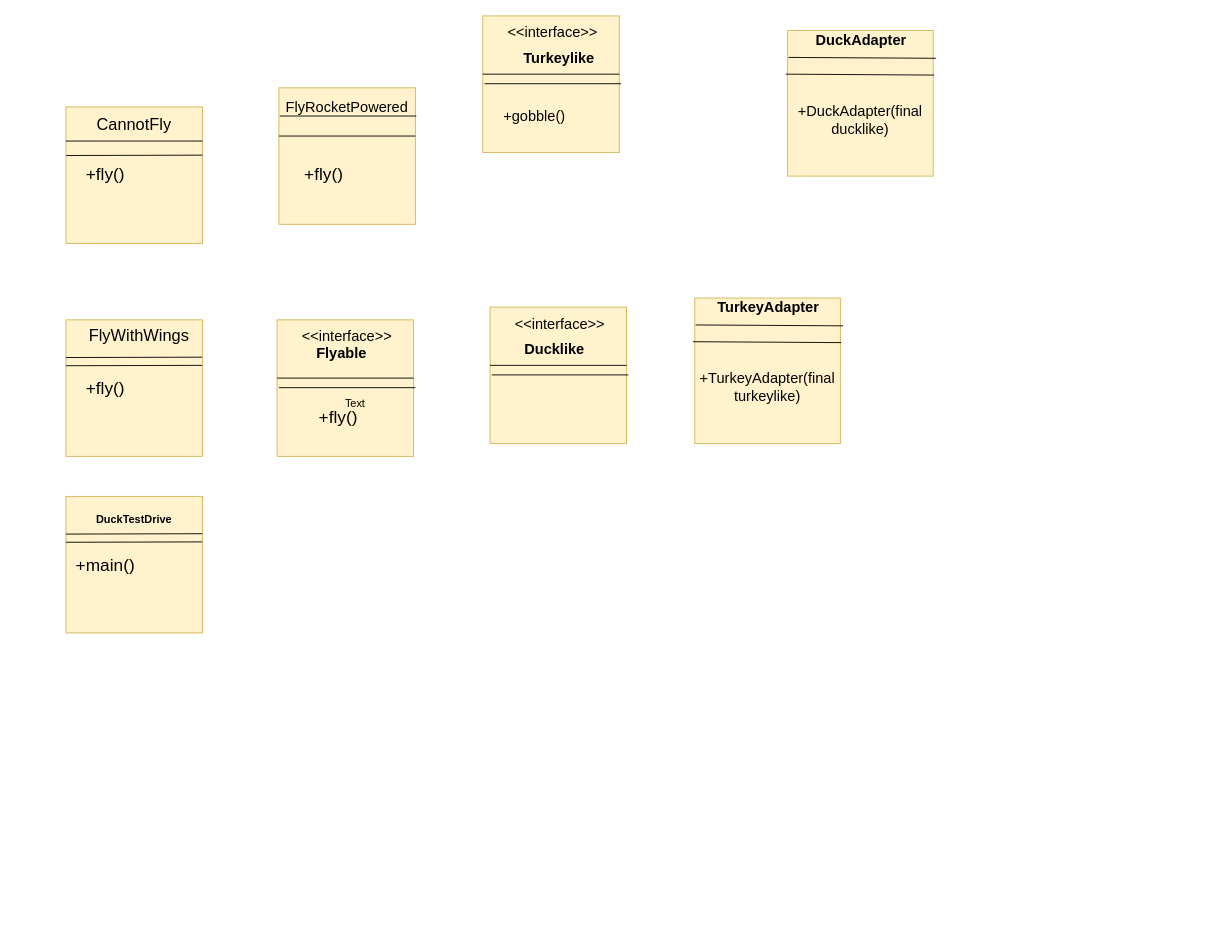
ahrlab/BOX keeps this draw.io diagram as Untitled Diagram.drawio. Above is the earlier version. Source tidied: cells renumbered, new cells numbered last; positions are measured from the earlier drawing's top-left corner, leaving out a move shared by most shapes. Both pictures are drawn from the tidied source at 91%, with x=0, y=0 at pixel (66, 15).
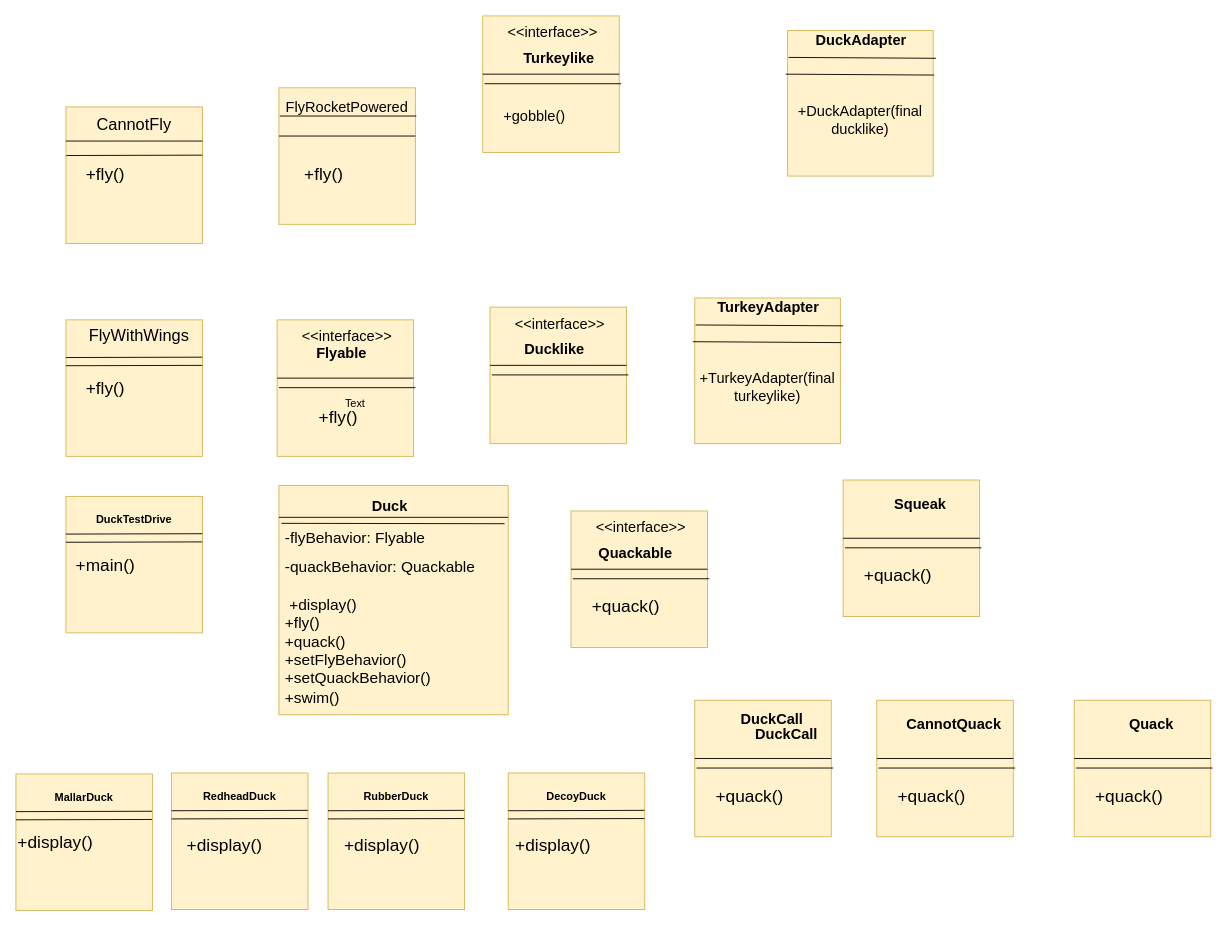
Above is the later version.

The edit, as a diff of the source:
```diff
@@
+    <mxCell id="50" style="whiteSpace=wrap;html=1;fillColor=#fff2cc;strokeColor=#d6b656;" parent="1" vertex="1">
+      <mxGeometry x="555" y="544" width="150" height="150" as="geometry" />
+    </mxCell>
+    <mxCell id="51" style="endArrow=none;html=1;exitX=0;exitY=0.25;exitDx=0;exitDy=0;entryX=1;entryY=0.25;entryDx=0;entryDy=0;" parent="1" edge="1">
+      <mxGeometry relative="1" as="geometry">
+        <mxPoint x="557" y="618.5" as="sourcePoint" />
+        <mxPoint x="707" y="618.5" as="targetPoint" />
+      </mxGeometry>
+    </mxCell>
+    <mxCell id="52" style="endArrow=none;html=1;exitX=0;exitY=0.25;exitDx=0;exitDy=0;entryX=1;entryY=0.25;entryDx=0;entryDy=0;" parent="1" edge="1">
+      <mxGeometry relative="1" as="geometry">
+        <mxPoint x="555" y="608" as="sourcePoint" />
+        <mxPoint x="705" y="608" as="targetPoint" />
+      </mxGeometry>
+    </mxCell>
+    <mxCell id="53" value="&amp;lt;&amp;lt;interface&amp;gt;&amp;gt;" style="text;html=1;strokeColor=none;fillColor=none;align=center;verticalAlign=middle;whiteSpace=wrap;rounded=0;fontSize=16;" parent="1" vertex="1">
+      <mxGeometry x="612" y="544" width="40" height="36" as="geometry" />
+    </mxCell>
+    <mxCell id="54" value="&lt;b&gt;Quackable&lt;br&gt;&lt;/b&gt;" style="text;html=1;strokeColor=none;fillColor=none;align=center;verticalAlign=middle;whiteSpace=wrap;rounded=0;fontSize=16;" parent="1" vertex="1">
+      <mxGeometry x="606" y="580" width="40" height="20" as="geometry" />
+    </mxCell>
+    <mxCell id="55" value="&lt;font style=&quot;font-size: 19px&quot;&gt;+quack()&lt;/font&gt;" style="text;html=1;strokeColor=none;fillColor=none;align=center;verticalAlign=middle;whiteSpace=wrap;rounded=0;spacingLeft=-3;" parent="1" vertex="1">
+      <mxGeometry x="582" y="640" width="70" height="20" as="geometry" />
+    </mxCell>
+    <mxCell id="56" style="whiteSpace=wrap;html=1;fillColor=#fff2cc;strokeColor=#d6b656;" parent="1" vertex="1">
+      <mxGeometry x="854" y="510" width="150" height="150" as="geometry" />
+    </mxCell>
+    <mxCell id="57" style="endArrow=none;html=1;exitX=0;exitY=0.25;exitDx=0;exitDy=0;entryX=1;entryY=0.25;entryDx=0;entryDy=0;" parent="1" edge="1">
+      <mxGeometry relative="1" as="geometry">
+        <mxPoint x="856" y="584.5" as="sourcePoint" />
+        <mxPoint x="1006" y="584.5" as="targetPoint" />
+      </mxGeometry>
+    </mxCell>
+    <mxCell id="58" style="endArrow=none;html=1;exitX=0;exitY=0.25;exitDx=0;exitDy=0;entryX=1;entryY=0.25;entryDx=0;entryDy=0;" parent="1" edge="1">
+      <mxGeometry relative="1" as="geometry">
+        <mxPoint x="854" y="574" as="sourcePoint" />
+        <mxPoint x="1004" y="574" as="targetPoint" />
+      </mxGeometry>
+    </mxCell>
+    <mxCell id="59" style="edgeStyle=orthogonalEdgeStyle;rounded=0;jettySize=auto;html=1;exitX=1;exitY=1;exitDx=0;exitDy=0;entryX=0.648;entryY=0.773;entryDx=0;entryDy=0;entryPerimeter=0;" parent="1" edge="1" source="60" target="56">
+      <mxGeometry relative="1" as="geometry" />
+    </mxCell>
+    <mxCell id="60" value="&lt;font style=&quot;font-size: 19px&quot;&gt;+quack()&lt;/font&gt;" style="text;html=1;strokeColor=none;fillColor=none;align=center;verticalAlign=middle;whiteSpace=wrap;rounded=0;spacingLeft=-3;" parent="1" vertex="1">
+      <mxGeometry x="881" y="606" width="70" height="20" as="geometry" />
+    </mxCell>
+    <mxCell id="61" value="&lt;b&gt;Squeak&lt;br&gt;&lt;/b&gt;" style="text;html=1;strokeColor=none;fillColor=none;align=center;verticalAlign=middle;whiteSpace=wrap;rounded=0;fontSize=16;" parent="1" vertex="1">
+      <mxGeometry x="919" y="526" width="40" height="20" as="geometry" />
+    </mxCell>
+    <mxCell id="62" style="whiteSpace=wrap;html=1;fillColor=#fff2cc;strokeColor=#d6b656;" parent="1" vertex="1">
+      <mxGeometry x="1108" y="752" width="150" height="150" as="geometry" />
+    </mxCell>
+    <mxCell id="63" style="endArrow=none;html=1;exitX=0;exitY=0.25;exitDx=0;exitDy=0;entryX=1;entryY=0.25;entryDx=0;entryDy=0;" parent="1" edge="1">
+      <mxGeometry relative="1" as="geometry">
+        <mxPoint x="1110" y="826.5" as="sourcePoint" />
+        <mxPoint x="1260" y="826.5" as="targetPoint" />
+      </mxGeometry>
+    </mxCell>
+    <mxCell id="64" style="endArrow=none;html=1;exitX=0;exitY=0.25;exitDx=0;exitDy=0;entryX=1;entryY=0.25;entryDx=0;entryDy=0;" parent="1" edge="1">
+      <mxGeometry relative="1" as="geometry">
+        <mxPoint x="1108" y="816" as="sourcePoint" />
+        <mxPoint x="1258" y="816" as="targetPoint" />
+      </mxGeometry>
+    </mxCell>
+    <mxCell id="65" style="edgeStyle=orthogonalEdgeStyle;rounded=0;jettySize=auto;html=1;exitX=1;exitY=1;exitDx=0;exitDy=0;entryX=0.648;entryY=0.773;entryDx=0;entryDy=0;entryPerimeter=0;" parent="1" edge="1" source="66" target="62">
+      <mxGeometry relative="1" as="geometry" />
+    </mxCell>
+    <mxCell id="66" value="&lt;font style=&quot;font-size: 19px&quot;&gt;+quack()&lt;/font&gt;" style="text;html=1;strokeColor=none;fillColor=none;align=center;verticalAlign=middle;whiteSpace=wrap;rounded=0;spacingLeft=-3;" parent="1" vertex="1">
+      <mxGeometry x="1135" y="848" width="70" height="20" as="geometry" />
+    </mxCell>
+    <mxCell id="67" value="&lt;b&gt;Quack&lt;br&gt;&lt;/b&gt;" style="text;html=1;strokeColor=none;fillColor=none;align=center;verticalAlign=middle;whiteSpace=wrap;rounded=0;fontSize=16;" parent="1" vertex="1">
+      <mxGeometry x="1173" y="768" width="40" height="20" as="geometry" />
+    </mxCell>
+    <mxCell id="68" style="whiteSpace=wrap;html=1;fillColor=#fff2cc;strokeColor=#d6b656;" parent="1" vertex="1">
+      <mxGeometry x="891" y="752" width="150" height="150" as="geometry" />
+    </mxCell>
+    <mxCell id="69" style="endArrow=none;html=1;exitX=0;exitY=0.25;exitDx=0;exitDy=0;entryX=1;entryY=0.25;entryDx=0;entryDy=0;" parent="1" edge="1">
+      <mxGeometry relative="1" as="geometry">
+        <mxPoint x="893" y="826.5" as="sourcePoint" />
+        <mxPoint x="1043" y="826.5" as="targetPoint" />
+      </mxGeometry>
+    </mxCell>
+    <mxCell id="70" style="endArrow=none;html=1;exitX=0;exitY=0.25;exitDx=0;exitDy=0;entryX=1;entryY=0.25;entryDx=0;entryDy=0;" parent="1" edge="1">
+      <mxGeometry relative="1" as="geometry">
+        <mxPoint x="891" y="816" as="sourcePoint" />
+        <mxPoint x="1041" y="816" as="targetPoint" />
+      </mxGeometry>
+    </mxCell>
+    <mxCell id="71" style="edgeStyle=orthogonalEdgeStyle;rounded=0;jettySize=auto;html=1;exitX=1;exitY=1;exitDx=0;exitDy=0;entryX=0.648;entryY=0.773;entryDx=0;entryDy=0;entryPerimeter=0;" parent="1" edge="1" source="72" target="68">
+      <mxGeometry relative="1" as="geometry" />
+    </mxCell>
+    <mxCell id="72" value="&lt;font style=&quot;font-size: 19px&quot;&gt;+quack()&lt;/font&gt;" style="text;html=1;strokeColor=none;fillColor=none;align=center;verticalAlign=middle;whiteSpace=wrap;rounded=0;spacingLeft=-3;" parent="1" vertex="1">
+      <mxGeometry x="918" y="848" width="70" height="20" as="geometry" />
+    </mxCell>
+    <mxCell id="73" value="&lt;b&gt;CannotQuack&lt;br&gt;&lt;/b&gt;" style="text;html=1;strokeColor=none;fillColor=none;align=center;verticalAlign=middle;whiteSpace=wrap;rounded=0;fontSize=16;" parent="1" vertex="1">
+      <mxGeometry x="956" y="768" width="40" height="20" as="geometry" />
+    </mxCell>
+    <mxCell id="74" style="whiteSpace=wrap;html=1;fillColor=#fff2cc;strokeColor=#d6b656;" parent="1" vertex="1">
+      <mxGeometry x="691" y="752" width="150" height="150" as="geometry" />
+    </mxCell>
+    <mxCell id="75" style="endArrow=none;html=1;exitX=0;exitY=0.25;exitDx=0;exitDy=0;entryX=1;entryY=0.25;entryDx=0;entryDy=0;" parent="1" edge="1">
+      <mxGeometry relative="1" as="geometry">
+        <mxPoint x="693" y="826.5" as="sourcePoint" />
+        <mxPoint x="843" y="826.5" as="targetPoint" />
+      </mxGeometry>
+    </mxCell>
+    <mxCell id="76" style="endArrow=none;html=1;exitX=0;exitY=0.25;exitDx=0;exitDy=0;entryX=1;entryY=0.25;entryDx=0;entryDy=0;" parent="1" edge="1">
+      <mxGeometry relative="1" as="geometry">
+        <mxPoint x="691" y="816" as="sourcePoint" />
+        <mxPoint x="841" y="816" as="targetPoint" />
+      </mxGeometry>
+    </mxCell>
+    <mxCell id="77" style="edgeStyle=orthogonalEdgeStyle;rounded=0;jettySize=auto;html=1;exitX=1;exitY=1;exitDx=0;exitDy=0;entryX=0.648;entryY=0.773;entryDx=0;entryDy=0;entryPerimeter=0;" parent="1" edge="1" source="78" target="74">
+      <mxGeometry relative="1" as="geometry" />
+    </mxCell>
+    <mxCell id="78" value="&lt;font style=&quot;font-size: 19px&quot;&gt;+quack()&lt;/font&gt;" style="text;html=1;strokeColor=none;fillColor=none;align=center;verticalAlign=middle;whiteSpace=wrap;rounded=0;spacingLeft=-3;" parent="1" vertex="1">
+      <mxGeometry x="718" y="848" width="70" height="20" as="geometry" />
+    </mxCell>
+    <mxCell id="79" value="&lt;b&gt;DuckCall&lt;br&gt;&lt;br&gt;&lt;/b&gt;" style="text;html=1;strokeColor=none;fillColor=none;align=center;verticalAlign=middle;whiteSpace=wrap;rounded=0;fontSize=16;" parent="1" vertex="1">
+      <mxGeometry x="756" y="773" width="40" height="20" as="geometry" />
+    </mxCell>
+    <mxCell id="80" style="whiteSpace=wrap;html=1;fillColor=#fff2cc;strokeColor=#d6b656;" parent="1" vertex="1">
+      <mxGeometry x="234" y="516" width="252" height="252" as="geometry" />
+    </mxCell>
+    <mxCell id="81" style="endArrow=none;html=1;exitX=0;exitY=0.25;exitDx=0;exitDy=0;entryX=1;entryY=0.25;entryDx=0;entryDy=0;" parent="1" edge="1">
+      <mxGeometry relative="1" as="geometry">
+        <mxPoint x="234" y="551" as="sourcePoint" />
+        <mxPoint x="486" y="551" as="targetPoint" />
+      </mxGeometry>
+    </mxCell>
+    <mxCell id="82" style="endArrow=none;html=1;exitX=-0.021;exitY=0.312;exitDx=0;exitDy=0;exitPerimeter=0;" parent="1" edge="1">
+      <mxGeometry relative="1" as="geometry">
+        <mxPoint x="236.7" y="557.6" as="sourcePoint" />
+        <mxPoint x="482" y="558" as="targetPoint" />
+      </mxGeometry>
+    </mxCell>
+    <mxCell id="83" value="&lt;b&gt;DuckCall&lt;br&gt;&lt;br&gt;&lt;/b&gt;" style="text;html=1;strokeColor=none;fillColor=none;align=center;verticalAlign=middle;whiteSpace=wrap;rounded=0;fontSize=16;" parent="1" vertex="1">
+      <mxGeometry x="772" y="789" width="40" height="20" as="geometry" />
+    </mxCell>
+    <mxCell id="84" value="&lt;b&gt;Duck&lt;br&gt;&lt;/b&gt;" style="text;html=1;strokeColor=none;fillColor=none;align=center;verticalAlign=middle;whiteSpace=wrap;rounded=0;fontSize=16;" parent="1" vertex="1">
+      <mxGeometry x="336" y="528" width="40" height="20" as="geometry" />
+    </mxCell>
+    <mxCell id="85" value="&lt;h1 style=&quot;font-size: 17px&quot;&gt;&lt;span style=&quot;font-weight: normal&quot;&gt;&lt;font style=&quot;font-size: 17px&quot;&gt;-flyBehavior: Flyable&lt;/font&gt;&lt;/span&gt;&lt;/h1&gt;&lt;div style=&quot;font-size: 17px&quot;&gt;&lt;font style=&quot;font-size: 17px&quot;&gt;-quackBehavior: Quackable&lt;/font&gt;&lt;/div&gt;&lt;div style=&quot;font-size: 17px&quot;&gt;&lt;font style=&quot;font-size: 17px&quot;&gt;&lt;br&gt;&lt;/font&gt;&lt;/div&gt;&lt;div style=&quot;font-size: 17px&quot;&gt;&amp;nbsp;+display()&lt;/div&gt;&lt;div style=&quot;font-size: 17px&quot;&gt;+fly()&lt;/div&gt;&lt;div style=&quot;font-size: 17px&quot;&gt;+quack()&lt;/div&gt;&lt;div style=&quot;font-size: 17px&quot;&gt;+setFlyBehavior()&lt;/div&gt;&lt;div style=&quot;font-size: 17px&quot;&gt;+setQuackBehavior()&lt;/div&gt;&lt;div style=&quot;font-size: 17px&quot;&gt;+swim()&lt;/div&gt;" style="text;html=1;strokeColor=none;fillColor=none;spacing=5;spacingTop=-20;whiteSpace=wrap;overflow=hidden;rounded=0;" parent="1" vertex="1">
+      <mxGeometry x="236" y="564" width="254" height="204" as="geometry" />
+    </mxCell>
+    <mxCell id="86" style="whiteSpace=wrap;html=1;fillColor=#fff2cc;strokeColor=#d6b656;" parent="1" vertex="1">
+      <mxGeometry x="486" y="832" width="150" height="150" as="geometry" />
+    </mxCell>
+    <mxCell id="87" style="endArrow=none;html=1;entryX=0.002;entryY=0.356;entryDx=0;entryDy=0;entryPerimeter=0;" parent="1" edge="1">
+      <mxGeometry relative="1" as="geometry">
+        <mxPoint x="635.7" y="873" as="sourcePoint" />
+        <mxPoint x="486" y="873.4" as="targetPoint" />
+      </mxGeometry>
+    </mxCell>
+    <mxCell id="88" style="endArrow=none;html=1;entryX=0.002;entryY=0.356;entryDx=0;entryDy=0;entryPerimeter=0;" parent="1" edge="1">
+      <mxGeometry relative="1" as="geometry">
+        <mxPoint x="635.7" y="882" as="sourcePoint" />
+        <mxPoint x="486" y="882.4" as="targetPoint" />
+      </mxGeometry>
+    </mxCell>
+    <mxCell id="89" value="&lt;b&gt;DecoyDuck&lt;/b&gt;" style="text;html=1;strokeColor=none;fillColor=none;align=center;verticalAlign=middle;whiteSpace=wrap;rounded=0;" parent="1" vertex="1">
+      <mxGeometry x="541" y="848" width="40" height="20" as="geometry" />
+    </mxCell>
+    <mxCell id="90" style="whiteSpace=wrap;html=1;fillColor=#fff2cc;strokeColor=#d6b656;" parent="1" vertex="1">
+      <mxGeometry x="288" y="832" width="150" height="150" as="geometry" />
+    </mxCell>
+    <mxCell id="91" style="endArrow=none;html=1;entryX=0.002;entryY=0.356;entryDx=0;entryDy=0;entryPerimeter=0;" parent="1" edge="1">
+      <mxGeometry relative="1" as="geometry">
+        <mxPoint x="437.7" y="873" as="sourcePoint" />
+        <mxPoint x="288" y="873.4" as="targetPoint" />
+      </mxGeometry>
+    </mxCell>
+    <mxCell id="92" style="endArrow=none;html=1;entryX=0.002;entryY=0.356;entryDx=0;entryDy=0;entryPerimeter=0;" parent="1" edge="1">
+      <mxGeometry relative="1" as="geometry">
+        <mxPoint x="437.7" y="882" as="sourcePoint" />
+        <mxPoint x="288" y="882.4" as="targetPoint" />
+      </mxGeometry>
+    </mxCell>
+    <mxCell id="93" value="&lt;b&gt;RubberDuck&lt;/b&gt;" style="text;html=1;strokeColor=none;fillColor=none;align=center;verticalAlign=middle;whiteSpace=wrap;rounded=0;" parent="1" vertex="1">
+      <mxGeometry x="343" y="848" width="40" height="20" as="geometry" />
+    </mxCell>
+    <mxCell id="94" style="whiteSpace=wrap;html=1;fillColor=#fff2cc;strokeColor=#d6b656;" parent="1" vertex="1">
+      <mxGeometry x="116" y="832" width="150" height="150" as="geometry" />
+    </mxCell>
+    <mxCell id="95" style="endArrow=none;html=1;entryX=0.002;entryY=0.356;entryDx=0;entryDy=0;entryPerimeter=0;" parent="1" edge="1">
+      <mxGeometry relative="1" as="geometry">
+        <mxPoint x="265.7" y="873" as="sourcePoint" />
+        <mxPoint x="116" y="873.4" as="targetPoint" />
+      </mxGeometry>
+    </mxCell>
+    <mxCell id="96" style="endArrow=none;html=1;entryX=0.002;entryY=0.356;entryDx=0;entryDy=0;entryPerimeter=0;" parent="1" edge="1">
+      <mxGeometry relative="1" as="geometry">
+        <mxPoint x="265.7" y="882" as="sourcePoint" />
+        <mxPoint x="116" y="882.4" as="targetPoint" />
+      </mxGeometry>
+    </mxCell>
+    <mxCell id="97" value="&lt;b&gt;RedheadDuck&lt;/b&gt;" style="text;html=1;strokeColor=none;fillColor=none;align=center;verticalAlign=middle;whiteSpace=wrap;rounded=0;" parent="1" vertex="1">
+      <mxGeometry x="171" y="848" width="40" height="20" as="geometry" />
+    </mxCell>
+    <mxCell id="98" style="whiteSpace=wrap;html=1;fillColor=#fff2cc;strokeColor=#d6b656;" parent="1" vertex="1">
+      <mxGeometry x="-55" y="833" width="150" height="150" as="geometry" />
+    </mxCell>
+    <mxCell id="99" style="endArrow=none;html=1;entryX=0.002;entryY=0.356;entryDx=0;entryDy=0;entryPerimeter=0;" parent="1" edge="1">
+      <mxGeometry relative="1" as="geometry">
+        <mxPoint x="94.7" y="874" as="sourcePoint" />
+        <mxPoint x="-55" y="874.4" as="targetPoint" />
+      </mxGeometry>
+    </mxCell>
+    <mxCell id="100" style="endArrow=none;html=1;entryX=0.002;entryY=0.356;entryDx=0;entryDy=0;entryPerimeter=0;" parent="1" edge="1">
+      <mxGeometry relative="1" as="geometry">
+        <mxPoint x="94.7" y="883" as="sourcePoint" />
+        <mxPoint x="-55" y="883.4" as="targetPoint" />
+      </mxGeometry>
+    </mxCell>
+    <mxCell id="101" value="&lt;font style=&quot;font-size: 19px&quot;&gt;+display()&lt;/font&gt;" style="text;html=1;strokeColor=none;fillColor=none;align=center;verticalAlign=middle;whiteSpace=wrap;rounded=0;spacingLeft=-3;" parent="1" vertex="1">
+      <mxGeometry x="-45" y="899" width="70" height="20" as="geometry" />
+    </mxCell>
+    <mxCell id="102" value="&lt;b&gt;MallarDuck&lt;/b&gt;" style="text;html=1;strokeColor=none;fillColor=none;align=center;verticalAlign=middle;whiteSpace=wrap;rounded=0;" parent="1" vertex="1">
+      <mxGeometry y="849" width="40" height="20" as="geometry" />
+    </mxCell>
+    <mxCell id="103" value="&lt;font style=&quot;font-size: 19px&quot;&gt;+display()&lt;/font&gt;" style="text;html=1;strokeColor=none;fillColor=none;align=center;verticalAlign=middle;whiteSpace=wrap;rounded=0;spacingLeft=-3;" parent="1" vertex="1">
+      <mxGeometry x="141" y="902" width="70" height="20" as="geometry" />
+    </mxCell>
+    <mxCell id="104" value="&lt;font style=&quot;font-size: 19px&quot;&gt;+display()&lt;/font&gt;" style="text;html=1;strokeColor=none;fillColor=none;align=center;verticalAlign=middle;whiteSpace=wrap;rounded=0;spacingLeft=-3;" parent="1" vertex="1">
+      <mxGeometry x="502" y="902" width="70" height="20" as="geometry" />
+    </mxCell>
+    <mxCell id="105" value="&lt;font style=&quot;font-size: 19px&quot;&gt;+display()&lt;/font&gt;" style="text;html=1;strokeColor=none;fillColor=none;align=center;verticalAlign=middle;whiteSpace=wrap;rounded=0;spacingLeft=-3;" parent="1" vertex="1">
+      <mxGeometry x="314" y="902" width="70" height="20" as="geometry" />
+    </mxCell>
```
